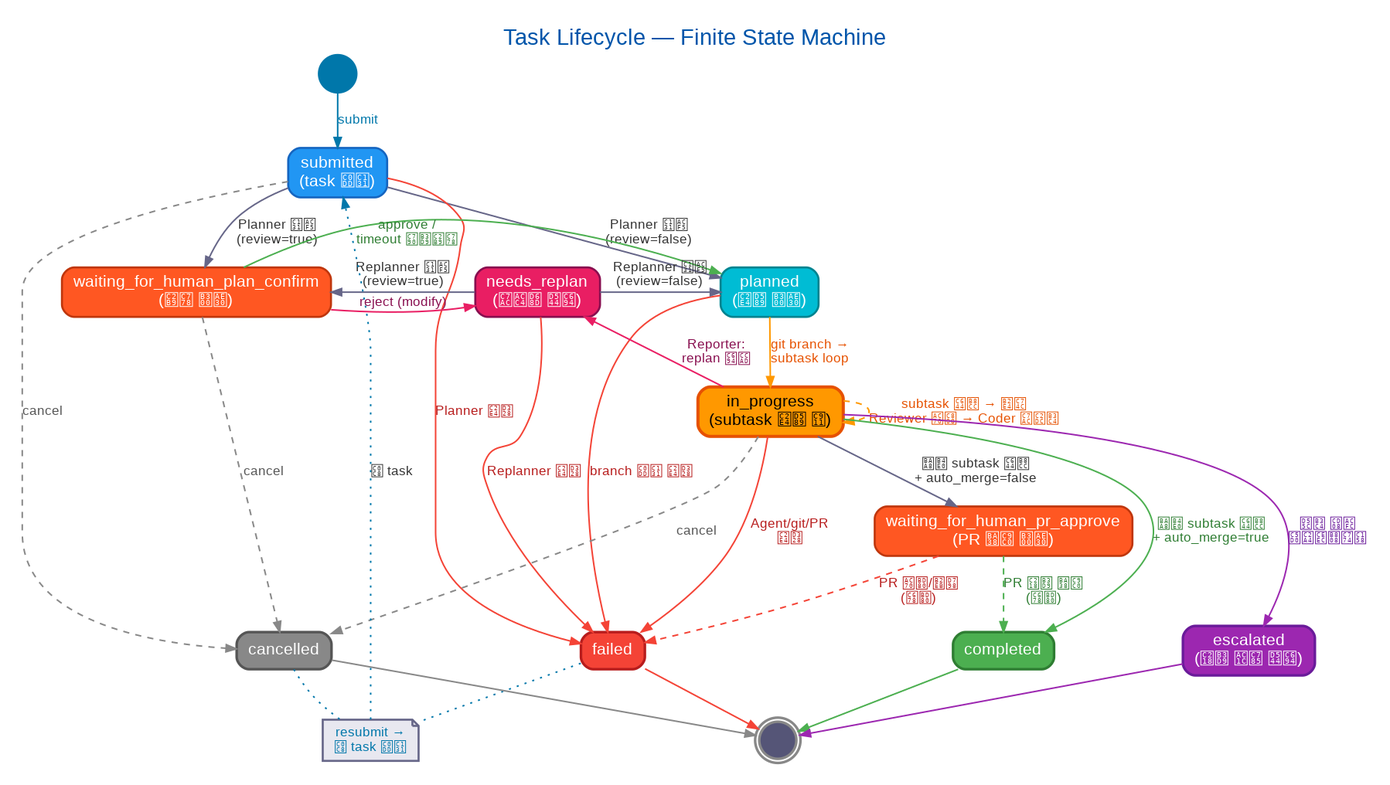
Earlier version of the Graphviz export docs/images/task-lifecycle-fsm.png (seungkeolkim/claude-agent-coding). Its source is kept beside it as docs/images/task-lifecycle-fsm.dot.
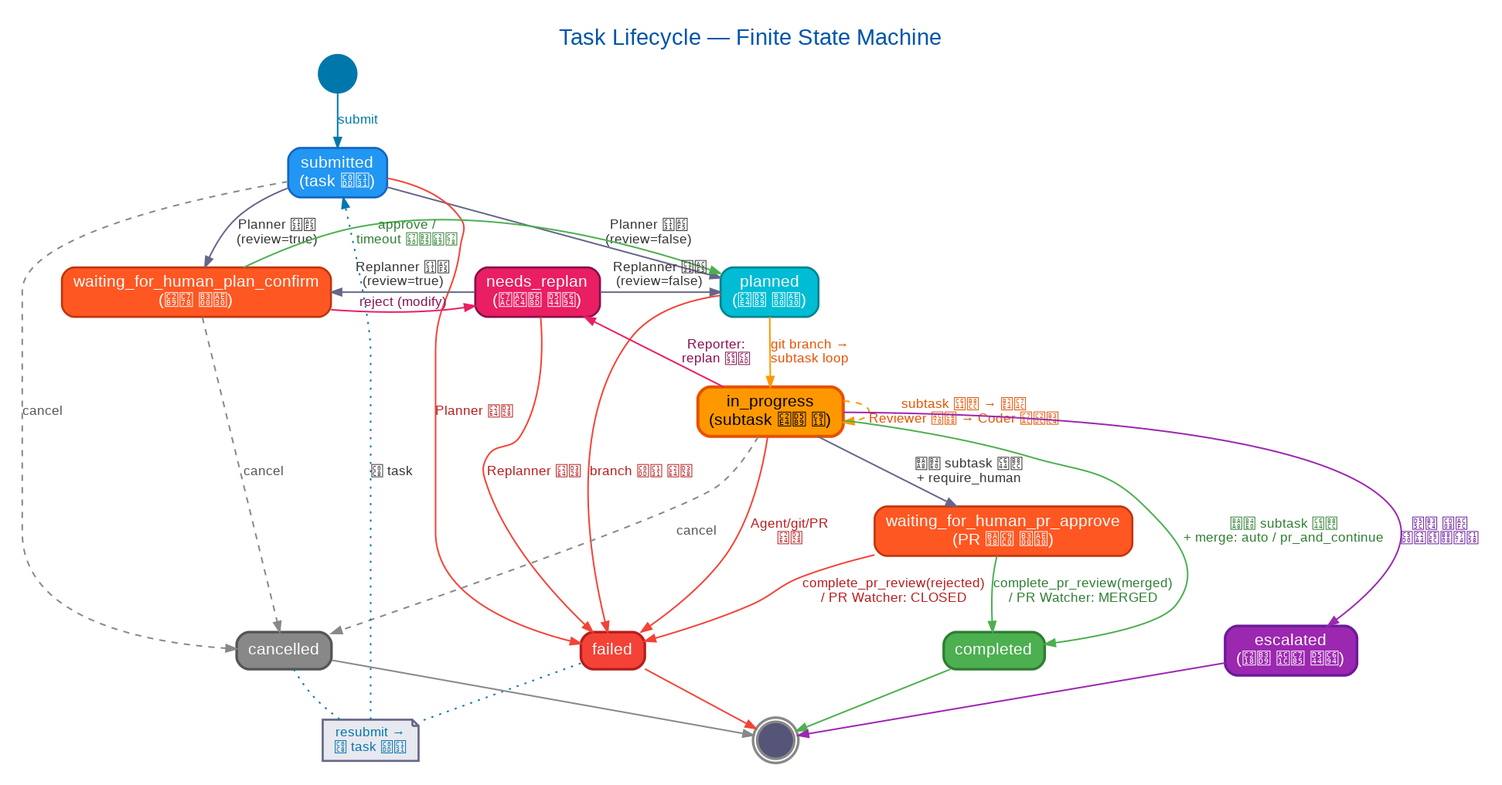
The same diagram one commit later.

Diff of the diagram source:
```diff
@@ -139,15 +139,15 @@
         style=dashed
     ];
 
-    in_progress -> completed [label="모든 subtask 완료\n+ auto_merge=true" color="#4CAF50" fontcolor="#2E7D32"];
-    in_progress -> waiting_for_human_pr_approve [label="모든 subtask 완료\n+ auto_merge=false"];
+    in_progress -> completed [label="모든 subtask 완료\n+ merge: auto / pr_and_continue" color="#4CAF50" fontcolor="#2E7D32"];
+    in_progress -> waiting_for_human_pr_approve [label="모든 subtask 완료\n+ require_human"];
     in_progress -> needs_replan [label="Reporter:\nreplan 요청" color="#E91E63" fontcolor="#880E4F"];
     in_progress -> escalated [label="한도 초과\n에스컬레이션" color="#9C27B0" fontcolor="#6A1B9A"];
     in_progress -> failed [label="Agent/git/PR\n실패" color="#F44336" fontcolor="#B71C1C"];
     in_progress -> cancelled [label="cancel" style=dashed color="#888888" fontcolor="#555555"];
 
-    waiting_for_human_pr_approve -> completed [label="PR 수동 머지\n(외부)" color="#4CAF50" fontcolor="#2E7D32" style=dashed];
-    waiting_for_human_pr_approve -> failed [label="PR 거부/닫힘\n(외부)" color="#F44336" fontcolor="#B71C1C" style=dashed];
+    waiting_for_human_pr_approve -> completed [label="complete_pr_review(merged)\n/ PR Watcher: MERGED" color="#4CAF50" fontcolor="#2E7D32"];
+    waiting_for_human_pr_approve -> failed [label="complete_pr_review(rejected)\n/ PR Watcher: CLOSED" color="#F44336" fontcolor="#B71C1C"];
 
     completed -> end [color="#4CAF50"];
     failed -> end [color="#F44336"];
```
